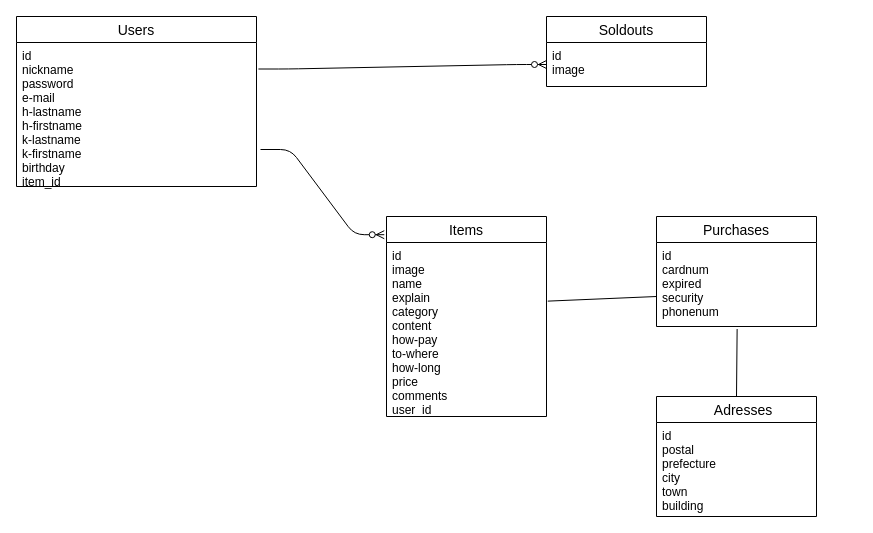
Earlier version of the draw.io diagram .drawio (HilotoTaketake/furima_27497). Source tidied: cells renumbered, new cells numbered last; positions are measured from the earlier drawing's top-left corner, leaving out a move shared by most shapes. Both pictures are drawn from the tidied source at 100%, with x=0, y=0 at pixel (16, 16).
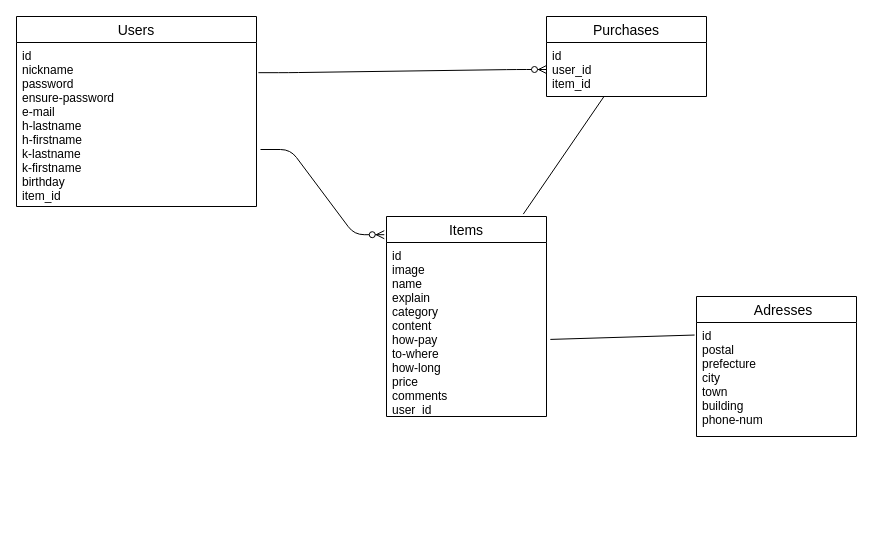
After the change.

The edit, as a diff of the source:
```diff
@@
 <mxGraphModel>
   <root>
     <mxCell id="0" />
     <mxCell id="1" parent="0" />
     <mxCell id="2" value="Users" style="swimlane;fontStyle=0;horizontal=1;startSize=26;align=center;fontSize=14;" parent="1" vertex="1">
-      <mxGeometry width="240" height="170" as="geometry" />
+      <mxGeometry width="240" height="190" as="geometry" />
     </mxCell>
-    <mxCell id="3" value="id&#10;nickname&#10;password&#10;e-mail&#10;h-lastname&#10;h-firstname&#10;k-lastname&#10;k-firstname&#10;birthday&#10;item_id" style="text;strokeColor=none;fillColor=none;spacingLeft=4;spacingRight=4;overflow=hidden;points=[[0,0.5],[1,0.5]];portConstraint=eastwest;fontSize=12;" parent="2" vertex="1">
-      <mxGeometry y="26" width="240" height="144" as="geometry" />
+    <mxCell id="3" value="id&#10;nickname&#10;password&#10;ensure-password&#10;e-mail&#10;h-lastname&#10;h-firstname&#10;k-lastname&#10;k-firstname&#10;birthday&#10;item_id" style="text;strokeColor=none;fillColor=none;spacingLeft=4;spacingRight=4;overflow=hidden;points=[[0,0.5],[1,0.5]];portConstraint=eastwest;fontSize=12;" parent="2" vertex="1">
+      <mxGeometry y="26" width="240" height="164" as="geometry" />
     </mxCell>
-    <mxCell id="4" value="Soldouts" style="swimlane;fontStyle=0;horizontal=1;startSize=26;align=center;fontSize=14;" parent="1" vertex="1">
-      <mxGeometry x="530" width="160" height="70" as="geometry" />
+    <mxCell id="4" value="Purchases" style="swimlane;fontStyle=0;horizontal=1;startSize=26;align=center;fontSize=14;" parent="1" vertex="1">
+      <mxGeometry x="530" width="160" height="80" as="geometry" />
     </mxCell>
-    <mxCell id="5" value="id&#10;image&#10;" style="text;strokeColor=none;fillColor=none;spacingLeft=4;spacingRight=4;overflow=hidden;points=[[0,0.5],[1,0.5]];portConstraint=eastwest;fontSize=12;" parent="4" vertex="1">
-      <mxGeometry y="26" width="160" height="44" as="geometry" />
+    <mxCell id="5" value="id&#10;user_id&#10;item_id" style="text;strokeColor=none;fillColor=none;spacingLeft=4;spacingRight=4;overflow=hidden;points=[[0,0.5],[1,0.5]];portConstraint=eastwest;fontSize=12;" parent="4" vertex="1">
+      <mxGeometry y="26" width="160" height="54" as="geometry" />
     </mxCell>
     <mxCell id="6" style="edgeStyle=entityRelationEdgeStyle;fontSize=12;html=1;endArrow=ERzeroToMany;endFill=1;entryX=-0.014;entryY=0.091;entryDx=0;entryDy=0;entryPerimeter=0;" parent="1" edge="1" target="10">
       <mxGeometry relative="1" as="geometry">
         <mxPoint x="244" y="133" as="sourcePoint" />
       </mxGeometry>
     </mxCell>
     <mxCell id="7" style="edgeStyle=entityRelationEdgeStyle;fontSize=12;html=1;endArrow=ERzeroToMany;endFill=1;exitX=1.008;exitY=0.184;exitDx=0;exitDy=0;exitPerimeter=0;entryX=0;entryY=0.5;entryDx=0;entryDy=0;" parent="1" edge="1" source="3" target="5">
       <mxGeometry relative="1" as="geometry" />
     </mxCell>
-    <mxCell id="8" style="endArrow=none;html=1;rounded=0;exitX=1.008;exitY=0.337;exitDx=0;exitDy=0;exitPerimeter=0;" parent="1" edge="1" source="11">
-      <mxGeometry relative="1" as="geometry">
-        <mxPoint x="640" y="280" as="targetPoint" />
-      </mxGeometry>
-    </mxCell>
-    <mxCell id="9" style="endArrow=none;html=1;rounded=0;entryX=0.504;entryY=1.03;entryDx=0;entryDy=0;entryPerimeter=0;exitX=0.5;exitY=0;exitDx=0;exitDy=0;" parent="1" edge="1" source="14" target="13">
+    <mxCell id="9" style="endArrow=none;html=1;rounded=0;entryX=1.024;entryY=0.557;entryDx=0;entryDy=0;entryPerimeter=0;exitX=-0.012;exitY=0.11;exitDx=0;exitDy=0;exitPerimeter=0;" parent="1" edge="1" source="15" target="11">
       <mxGeometry relative="1" as="geometry" />
     </mxCell>
     <mxCell id="10" value="Items" style="swimlane;fontStyle=0;horizontal=1;startSize=26;align=center;fontSize=14;" parent="1" vertex="1">
       <mxGeometry x="370" y="200" width="160" height="200" as="geometry" />
     </mxCell>
     <mxCell id="11" value="id&#10;image&#10;name&#10;explain&#10;category&#10;content&#10;how-pay&#10;to-where&#10;how-long&#10;price&#10;comments&#10;user_id" style="text;strokeColor=none;fillColor=none;spacingLeft=4;spacingRight=4;overflow=hidden;points=[[0,0.5],[1,0.5]];portConstraint=eastwest;fontSize=12;" parent="10" vertex="1">
       <mxGeometry y="26" width="160" height="174" as="geometry" />
     </mxCell>
-    <mxCell id="12" value="Purchases" style="swimlane;fontStyle=0;horizontal=1;startSize=26;align=center;fontSize=14;" parent="1" vertex="1">
-      <mxGeometry x="640" y="200" width="160" height="110" as="geometry" />
-    </mxCell>
-    <mxCell id="13" value="id&#10;cardnum&#10;expired&#10;security&#10;phonenum" style="text;strokeColor=none;fillColor=none;spacingLeft=4;spacingRight=4;overflow=hidden;points=[[0,0.5],[1,0.5]];portConstraint=eastwest;fontSize=12;" parent="12" vertex="1">
-      <mxGeometry y="26" width="160" height="84" as="geometry" />
-    </mxCell>
     <mxCell id="14" value="　Adresses" style="swimlane;fontStyle=0;horizontal=1;startSize=26;align=center;fontSize=14;" parent="1" vertex="1">
-      <mxGeometry x="640" y="380" width="160" height="120" as="geometry" />
+      <mxGeometry x="680" y="280" width="160" height="140" as="geometry" />
     </mxCell>
-    <mxCell id="15" value="id&#10;postal&#10;prefecture&#10;city&#10;town&#10;building" style="text;strokeColor=none;fillColor=none;spacingLeft=4;spacingRight=4;overflow=hidden;points=[[0,0.5],[1,0.5]];portConstraint=eastwest;fontSize=12;" parent="14" vertex="1">
-      <mxGeometry y="26" width="160" height="94" as="geometry" />
+    <mxCell id="15" value="id&#10;postal&#10;prefecture&#10;city&#10;town&#10;building&#10;phone-num" style="text;strokeColor=none;fillColor=none;spacingLeft=4;spacingRight=4;overflow=hidden;points=[[0,0.5],[1,0.5]];portConstraint=eastwest;fontSize=12;" parent="14" vertex="1">
+      <mxGeometry y="26" width="160" height="114" as="geometry" />
     </mxCell>
+    <mxCell id="16" style="endArrow=none;html=1;rounded=0;exitX=0.361;exitY=0.993;exitDx=0;exitDy=0;exitPerimeter=0;entryX=0.855;entryY=-0.012;entryDx=0;entryDy=0;entryPerimeter=0;" parent="1" edge="1" source="5" target="10">
+      <mxGeometry relative="1" as="geometry" />
+    </mxCell>
   </root>
 </mxGraphModel>
```
